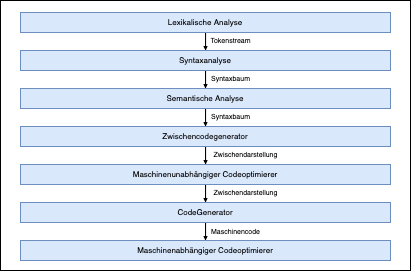
JulianPasque/Masterthesis keeps this draw.io diagram as Images/Compiler/Phasen.png. Above is the earlier version. Source tidied: cells renumbered, new cells last; positions are measured from the earlier drawing's top-left corner, leaving out a move shared by most shapes. Source of this version:
```xml
<mxGraphModel>
  <root>
    <mxCell id="0" />
    <mxCell id="1" parent="0" />
    <mxCell id="2" style="rounded=0;whiteSpace=wrap;html=1;fontSize=9;" parent="1" vertex="1">
      <mxGeometry width="410" height="270" as="geometry" />
    </mxCell>
    <mxCell id="3" style="edgeStyle=orthogonalEdgeStyle;rounded=0;jettySize=auto;html=1;fontSize=9;jumpSize=6;startSize=6;endSize=2;" parent="1" edge="1" source="4" target="6">
      <mxGeometry relative="1" as="geometry" />
    </mxCell>
    <mxCell id="4" value="Lexikalische Analyse" style="rounded=0;whiteSpace=wrap;html=1;fontSize=8;fillColor=#dae8fc;strokeColor=#6c8ebf;" parent="1" vertex="1">
      <mxGeometry x="20" y="12" width="370" height="20" as="geometry" />
    </mxCell>
    <mxCell id="5" style="edgeStyle=orthogonalEdgeStyle;rounded=0;jettySize=auto;html=1;entryX=0.5;entryY=0;entryDx=0;entryDy=0;fontSize=9;jumpSize=6;startSize=1;endSize=2;" parent="1" edge="1" source="6" target="9">
      <mxGeometry relative="1" as="geometry" />
    </mxCell>
    <mxCell id="6" value="Syntaxanalyse" style="rounded=0;whiteSpace=wrap;html=1;fontSize=8;fillColor=#dae8fc;strokeColor=#6c8ebf;" parent="1" vertex="1">
      <mxGeometry x="20" y="50" width="370" height="20" as="geometry" />
    </mxCell>
    <mxCell id="7" value="Tokenstream" style="text;html=1;align=center;verticalAlign=middle;fontSize=7;" parent="1" vertex="1">
      <mxGeometry x="200" y="35" width="60" height="10" as="geometry" />
    </mxCell>
    <mxCell id="8" style="edgeStyle=orthogonalEdgeStyle;rounded=0;jettySize=auto;html=1;entryX=0.5;entryY=0;entryDx=0;entryDy=0;fontSize=9;jumpSize=6;startSize=1;endSize=2;" parent="1" edge="1" source="9" target="12">
      <mxGeometry relative="1" as="geometry" />
    </mxCell>
    <mxCell id="9" value="Semantische Analyse" style="rounded=0;whiteSpace=wrap;html=1;fontSize=8;fillColor=#dae8fc;strokeColor=#6c8ebf;" parent="1" vertex="1">
      <mxGeometry x="20" y="88" width="370" height="20" as="geometry" />
    </mxCell>
    <mxCell id="10" value="Syntaxbaum" style="text;html=1;align=center;verticalAlign=middle;fontSize=7;" parent="1" vertex="1">
      <mxGeometry x="205" y="73" width="50" height="10" as="geometry" />
    </mxCell>
    <mxCell id="11" style="edgeStyle=orthogonalEdgeStyle;rounded=0;jettySize=auto;html=1;fontSize=9;jumpSize=6;startSize=1;endSize=2;" parent="1" edge="1" source="12" target="15">
      <mxGeometry relative="1" as="geometry" />
    </mxCell>
    <mxCell id="12" value="Zwischencodegenerator" style="rounded=0;whiteSpace=wrap;html=1;fontSize=8;fillColor=#dae8fc;strokeColor=#6c8ebf;" parent="1" vertex="1">
      <mxGeometry x="20" y="126" width="370" height="20" as="geometry" />
    </mxCell>
    <mxCell id="13" value="Syntaxbaum" style="text;html=1;align=center;verticalAlign=middle;fontSize=7;" parent="1" vertex="1">
      <mxGeometry x="205" y="111" width="50" height="10" as="geometry" />
    </mxCell>
    <mxCell id="14" style="edgeStyle=orthogonalEdgeStyle;rounded=0;jettySize=auto;html=1;entryX=0.5;entryY=0;entryDx=0;entryDy=0;fontSize=9;jumpSize=6;startSize=1;endSize=2;" parent="1" edge="1" source="15" target="18">
      <mxGeometry relative="1" as="geometry" />
    </mxCell>
    <mxCell id="15" value="Maschinenunabhängiger Codeoptimierer" style="rounded=0;whiteSpace=wrap;html=1;fontSize=8;fillColor=#dae8fc;strokeColor=#6c8ebf;" parent="1" vertex="1">
      <mxGeometry x="20" y="164" width="370" height="20" as="geometry" />
    </mxCell>
    <mxCell id="16" value="Zwischendarstellung" style="text;html=1;align=center;verticalAlign=middle;fontSize=7;" parent="1" vertex="1">
      <mxGeometry x="205" y="149" width="80" height="10" as="geometry" />
    </mxCell>
    <mxCell id="17" style="edgeStyle=orthogonalEdgeStyle;rounded=0;jettySize=auto;html=1;entryX=0.5;entryY=0;entryDx=0;entryDy=0;fontSize=9;jumpSize=6;startSize=1;endSize=2;" parent="1" edge="1" source="18" target="20">
      <mxGeometry relative="1" as="geometry" />
    </mxCell>
    <mxCell id="18" value="CodeGenerator" style="rounded=0;whiteSpace=wrap;html=1;fontSize=8;fillColor=#dae8fc;strokeColor=#6c8ebf;" parent="1" vertex="1">
      <mxGeometry x="20" y="202" width="370" height="20" as="geometry" />
    </mxCell>
    <mxCell id="19" value="Zwischendarstellung" style="text;html=1;align=center;verticalAlign=middle;fontSize=7;" parent="1" vertex="1">
      <mxGeometry x="205" y="187" width="80" height="10" as="geometry" />
    </mxCell>
    <mxCell id="20" value="Maschinenabhängiger Codeoptimierer" style="rounded=0;whiteSpace=wrap;html=1;fontSize=8;fillColor=#dae8fc;strokeColor=#6c8ebf;" parent="1" vertex="1">
      <mxGeometry x="20" y="240" width="370" height="20" as="geometry" />
    </mxCell>
    <mxCell id="21" value="Maschinencode" style="text;html=1;align=center;verticalAlign=middle;fontSize=7;" parent="1" vertex="1">
      <mxGeometry x="205" y="226" width="60" height="10" as="geometry" />
    </mxCell>
  </root>
</mxGraphModel>
```
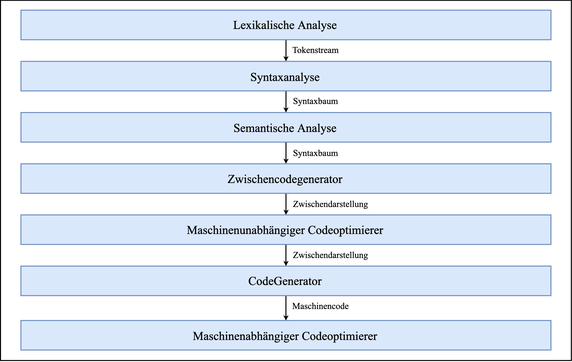
Later version of the same file.

What changed in the source:
```diff
@@ -2,65 +2,65 @@
   <root>
     <mxCell id="0" />
     <mxCell id="1" parent="0" />
-    <mxCell id="2" style="rounded=0;whiteSpace=wrap;html=1;fontSize=9;" parent="1" vertex="1">
-      <mxGeometry width="410" height="270" as="geometry" />
+    <mxCell id="2" style="rounded=0;whiteSpace=wrap;html=1;fontSize=12;fontFamily=Times New Roman;" parent="1" vertex="1">
+      <mxGeometry y="-4.2" width="570.9" height="360.2" as="geometry" />
     </mxCell>
-    <mxCell id="3" style="edgeStyle=orthogonalEdgeStyle;rounded=0;jettySize=auto;html=1;fontSize=9;jumpSize=6;startSize=6;endSize=2;" parent="1" edge="1" source="4" target="6">
+    <mxCell id="3" style="edgeStyle=orthogonalEdgeStyle;rounded=0;jettySize=auto;html=1;fontSize=12;jumpSize=6;startSize=6;endSize=2;fontFamily=Times New Roman;" parent="1" edge="1" source="4" target="6">
       <mxGeometry relative="1" as="geometry" />
     </mxCell>
-    <mxCell id="4" value="Lexikalische Analyse" style="rounded=0;whiteSpace=wrap;html=1;fontSize=8;fillColor=#dae8fc;strokeColor=#6c8ebf;" parent="1" vertex="1">
-      <mxGeometry x="20" y="12" width="370" height="20" as="geometry" />
+    <mxCell id="4" value="Lexikalische Analyse" style="rounded=0;whiteSpace=wrap;html=1;fontSize=12;fillColor=#dae8fc;strokeColor=#6c8ebf;fontFamily=Times New Roman;" parent="1" vertex="1">
+      <mxGeometry x="20.5" y="5.7" width="530" height="29.5" as="geometry" />
     </mxCell>
-    <mxCell id="5" style="edgeStyle=orthogonalEdgeStyle;rounded=0;jettySize=auto;html=1;entryX=0.5;entryY=0;entryDx=0;entryDy=0;fontSize=9;jumpSize=6;startSize=1;endSize=2;" parent="1" edge="1" source="6" target="9">
+    <mxCell id="5" style="edgeStyle=orthogonalEdgeStyle;rounded=0;jettySize=auto;html=1;entryX=0.5;entryY=0;entryDx=0;entryDy=0;fontSize=12;jumpSize=6;startSize=1;endSize=2;fontFamily=Times New Roman;" parent="1" edge="1" source="6" target="9">
       <mxGeometry relative="1" as="geometry" />
     </mxCell>
-    <mxCell id="6" value="Syntaxanalyse" style="rounded=0;whiteSpace=wrap;html=1;fontSize=8;fillColor=#dae8fc;strokeColor=#6c8ebf;" parent="1" vertex="1">
-      <mxGeometry x="20" y="50" width="370" height="20" as="geometry" />
+    <mxCell id="6" value="Syntaxanalyse" style="rounded=0;whiteSpace=wrap;html=1;fontSize=12;fillColor=#dae8fc;strokeColor=#6c8ebf;fontFamily=Times New Roman;" parent="1" vertex="1">
+      <mxGeometry x="20.5" y="56.9" width="530" height="29.5" as="geometry" />
     </mxCell>
-    <mxCell id="7" value="Tokenstream" style="text;html=1;align=center;verticalAlign=middle;fontSize=7;" parent="1" vertex="1">
-      <mxGeometry x="200" y="35" width="60" height="10" as="geometry" />
+    <mxCell id="7" value="Tokenstream" style="text;html=1;align=center;verticalAlign=middle;fontSize=9;fontFamily=Times New Roman;" parent="1" vertex="1">
+      <mxGeometry x="285" y="35.2" width="60" height="20" as="geometry" />
     </mxCell>
-    <mxCell id="8" style="edgeStyle=orthogonalEdgeStyle;rounded=0;jettySize=auto;html=1;entryX=0.5;entryY=0;entryDx=0;entryDy=0;fontSize=9;jumpSize=6;startSize=1;endSize=2;" parent="1" edge="1" source="9" target="12">
+    <mxCell id="8" style="edgeStyle=orthogonalEdgeStyle;rounded=0;jettySize=auto;html=1;entryX=0.5;entryY=0;entryDx=0;entryDy=0;fontSize=12;jumpSize=6;startSize=1;endSize=2;fontFamily=Times New Roman;" parent="1" edge="1" source="9" target="12">
       <mxGeometry relative="1" as="geometry" />
     </mxCell>
-    <mxCell id="9" value="Semantische Analyse" style="rounded=0;whiteSpace=wrap;html=1;fontSize=8;fillColor=#dae8fc;strokeColor=#6c8ebf;" parent="1" vertex="1">
-      <mxGeometry x="20" y="88" width="370" height="20" as="geometry" />
+    <mxCell id="9" value="Semantische Analyse" style="rounded=0;whiteSpace=wrap;html=1;fontSize=12;fillColor=#dae8fc;strokeColor=#6c8ebf;fontFamily=Times New Roman;" parent="1" vertex="1">
+      <mxGeometry x="20.5" y="108" width="530" height="29.5" as="geometry" />
     </mxCell>
-    <mxCell id="10" value="Syntaxbaum" style="text;html=1;align=center;verticalAlign=middle;fontSize=7;" parent="1" vertex="1">
-      <mxGeometry x="205" y="73" width="50" height="10" as="geometry" />
+    <mxCell id="10" value="Syntaxbaum" style="text;html=1;align=center;verticalAlign=middle;fontSize=9;fontFamily=Times New Roman;" parent="1" vertex="1">
+      <mxGeometry x="285" y="86.4" width="60" height="20" as="geometry" />
     </mxCell>
-    <mxCell id="11" style="edgeStyle=orthogonalEdgeStyle;rounded=0;jettySize=auto;html=1;fontSize=9;jumpSize=6;startSize=1;endSize=2;" parent="1" edge="1" source="12" target="15">
+    <mxCell id="11" style="edgeStyle=orthogonalEdgeStyle;rounded=0;jettySize=auto;html=1;fontSize=12;jumpSize=6;startSize=1;endSize=2;fontFamily=Times New Roman;" parent="1" edge="1" source="12" target="15">
       <mxGeometry relative="1" as="geometry" />
     </mxCell>
-    <mxCell id="12" value="Zwischencodegenerator" style="rounded=0;whiteSpace=wrap;html=1;fontSize=8;fillColor=#dae8fc;strokeColor=#6c8ebf;" parent="1" vertex="1">
-      <mxGeometry x="20" y="126" width="370" height="20" as="geometry" />
+    <mxCell id="12" value="Zwischencodegenerator" style="rounded=0;whiteSpace=wrap;html=1;fontSize=12;fillColor=#dae8fc;strokeColor=#6c8ebf;fontFamily=Times New Roman;" parent="1" vertex="1">
+      <mxGeometry x="20.5" y="159.3" width="530" height="29.5" as="geometry" />
     </mxCell>
-    <mxCell id="13" value="Syntaxbaum" style="text;html=1;align=center;verticalAlign=middle;fontSize=7;" parent="1" vertex="1">
-      <mxGeometry x="205" y="111" width="50" height="10" as="geometry" />
+    <mxCell id="13" value="Syntaxbaum" style="text;html=1;align=center;verticalAlign=middle;fontSize=9;fontFamily=Times New Roman;" parent="1" vertex="1">
+      <mxGeometry x="285" y="137.6" width="60" height="20" as="geometry" />
     </mxCell>
-    <mxCell id="14" style="edgeStyle=orthogonalEdgeStyle;rounded=0;jettySize=auto;html=1;entryX=0.5;entryY=0;entryDx=0;entryDy=0;fontSize=9;jumpSize=6;startSize=1;endSize=2;" parent="1" edge="1" source="15" target="18">
+    <mxCell id="14" style="edgeStyle=orthogonalEdgeStyle;rounded=0;jettySize=auto;html=1;entryX=0.5;entryY=0;entryDx=0;entryDy=0;fontSize=12;jumpSize=6;startSize=1;endSize=2;fontFamily=Times New Roman;" parent="1" edge="1" source="15" target="18">
       <mxGeometry relative="1" as="geometry" />
     </mxCell>
-    <mxCell id="15" value="Maschinenunabhängiger Codeoptimierer" style="rounded=0;whiteSpace=wrap;html=1;fontSize=8;fillColor=#dae8fc;strokeColor=#6c8ebf;" parent="1" vertex="1">
-      <mxGeometry x="20" y="164" width="370" height="20" as="geometry" />
+    <mxCell id="15" value="Maschinenunabhängiger Codeoptimierer" style="rounded=0;whiteSpace=wrap;html=1;fontSize=12;fillColor=#dae8fc;strokeColor=#6c8ebf;fontFamily=Times New Roman;" parent="1" vertex="1">
+      <mxGeometry x="20.4" y="210.4" width="530" height="29.5" as="geometry" />
     </mxCell>
-    <mxCell id="16" value="Zwischendarstellung" style="text;html=1;align=center;verticalAlign=middle;fontSize=7;" parent="1" vertex="1">
-      <mxGeometry x="205" y="149" width="80" height="10" as="geometry" />
+    <mxCell id="16" value="Zwischendarstellung" style="text;html=1;align=center;verticalAlign=middle;fontSize=9;fontFamily=Times New Roman;" parent="1" vertex="1">
+      <mxGeometry x="285" y="188.8" width="90" height="20" as="geometry" />
     </mxCell>
-    <mxCell id="17" style="edgeStyle=orthogonalEdgeStyle;rounded=0;jettySize=auto;html=1;entryX=0.5;entryY=0;entryDx=0;entryDy=0;fontSize=9;jumpSize=6;startSize=1;endSize=2;" parent="1" edge="1" source="18" target="20">
+    <mxCell id="17" style="edgeStyle=orthogonalEdgeStyle;rounded=0;jettySize=auto;html=1;entryX=0.5;entryY=0;entryDx=0;entryDy=0;fontSize=12;jumpSize=6;startSize=1;endSize=2;fontFamily=Times New Roman;" parent="1" edge="1" source="18" target="20">
       <mxGeometry relative="1" as="geometry" />
     </mxCell>
-    <mxCell id="18" value="CodeGenerator" style="rounded=0;whiteSpace=wrap;html=1;fontSize=8;fillColor=#dae8fc;strokeColor=#6c8ebf;" parent="1" vertex="1">
-      <mxGeometry x="20" y="202" width="370" height="20" as="geometry" />
+    <mxCell id="18" value="CodeGenerator" style="rounded=0;whiteSpace=wrap;html=1;fontSize=12;fillColor=#dae8fc;strokeColor=#6c8ebf;fontFamily=Times New Roman;" parent="1" vertex="1">
+      <mxGeometry x="20.4" y="261.6" width="530" height="29.5" as="geometry" />
     </mxCell>
-    <mxCell id="19" value="Zwischendarstellung" style="text;html=1;align=center;verticalAlign=middle;fontSize=7;" parent="1" vertex="1">
-      <mxGeometry x="205" y="187" width="80" height="10" as="geometry" />
+    <mxCell id="19" value="Zwischendarstellung" style="text;html=1;align=center;verticalAlign=middle;fontSize=9;fontFamily=Times New Roman;" parent="1" vertex="1">
+      <mxGeometry x="285" y="239.9" width="90" height="20" as="geometry" />
     </mxCell>
-    <mxCell id="20" value="Maschinenabhängiger Codeoptimierer" style="rounded=0;whiteSpace=wrap;html=1;fontSize=8;fillColor=#dae8fc;strokeColor=#6c8ebf;" parent="1" vertex="1">
-      <mxGeometry x="20" y="240" width="370" height="20" as="geometry" />
+    <mxCell id="20" value="Maschinenabhängiger Codeoptimierer" style="rounded=0;whiteSpace=wrap;html=1;fontSize=12;fillColor=#dae8fc;strokeColor=#6c8ebf;fontFamily=Times New Roman;" parent="1" vertex="1">
+      <mxGeometry x="20.4" y="316" width="530" height="29.5" as="geometry" />
     </mxCell>
-    <mxCell id="21" value="Maschinencode" style="text;html=1;align=center;verticalAlign=middle;fontSize=7;" parent="1" vertex="1">
-      <mxGeometry x="205" y="226" width="60" height="10" as="geometry" />
+    <mxCell id="21" value="Maschinencode" style="text;html=1;align=center;verticalAlign=middle;fontSize=9;fontFamily=Times New Roman;" parent="1" vertex="1">
+      <mxGeometry x="285" y="291.1" width="70" height="20" as="geometry" />
     </mxCell>
   </root>
 </mxGraphModel>
```
